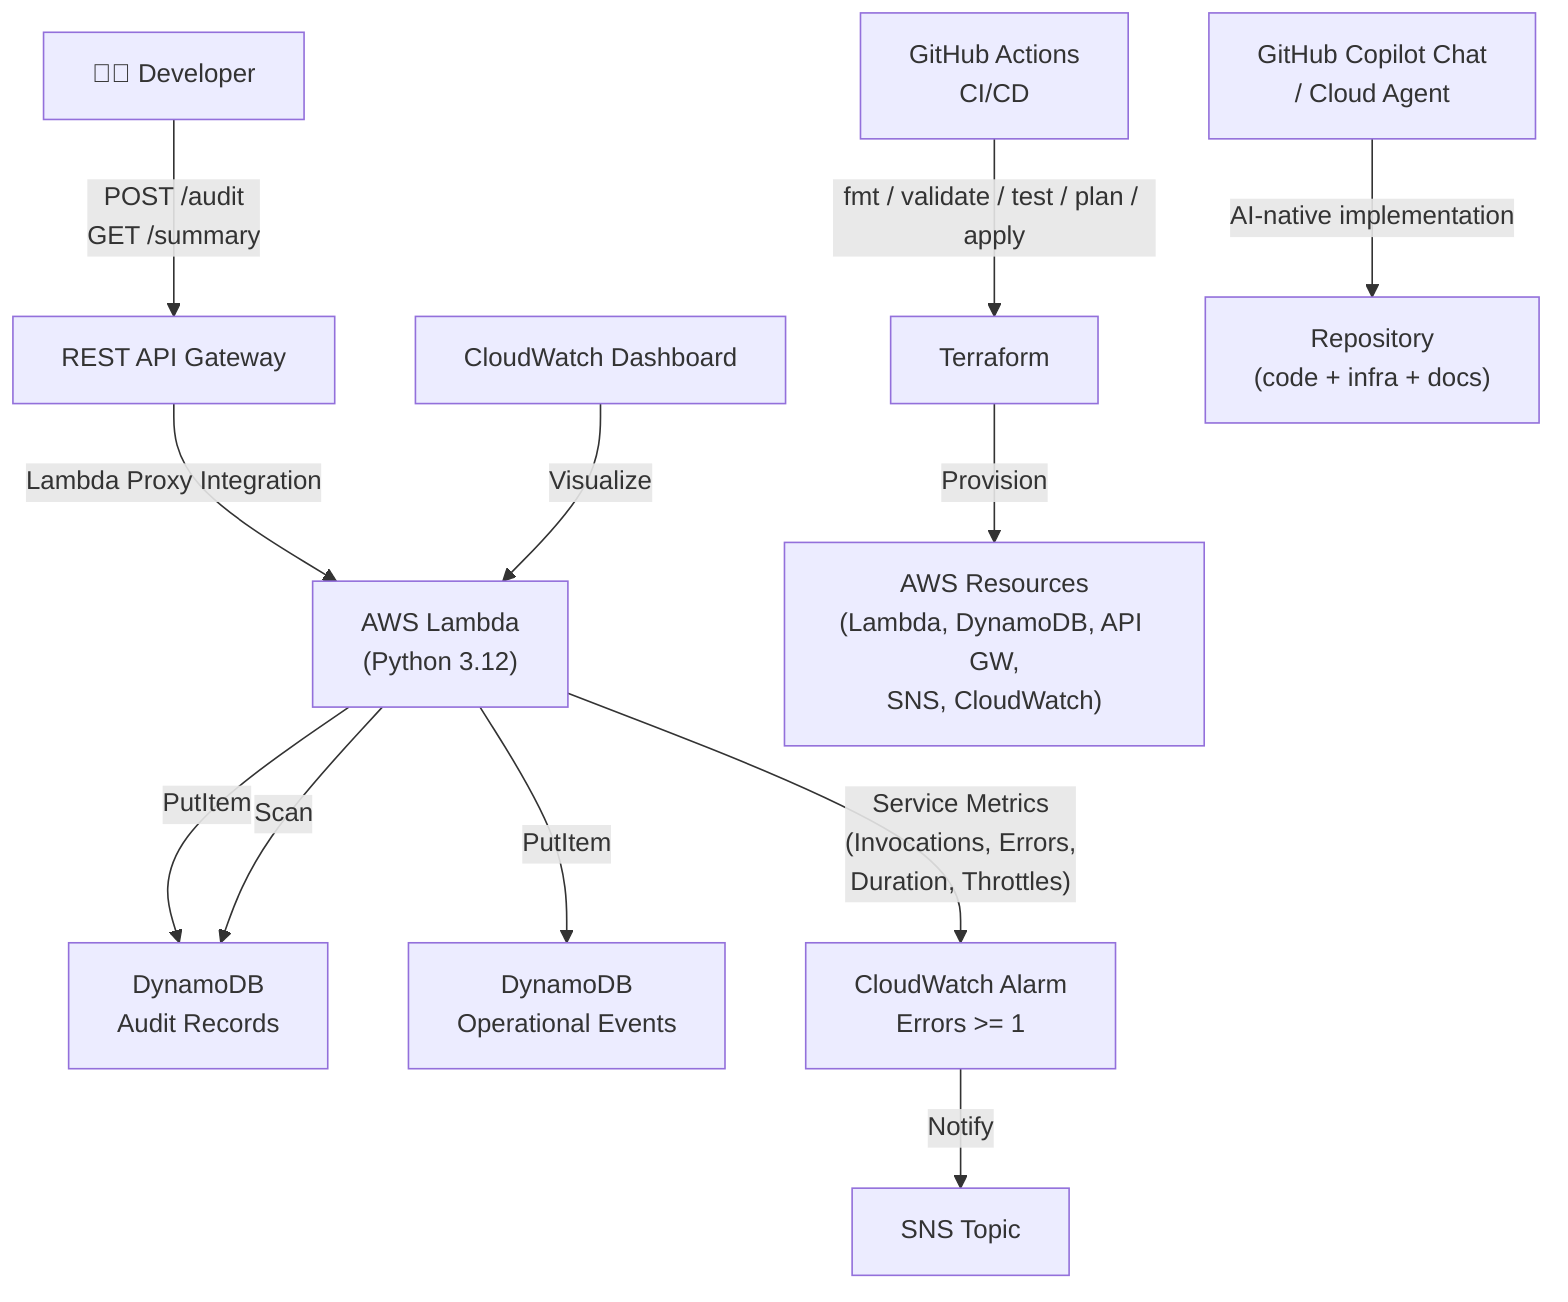
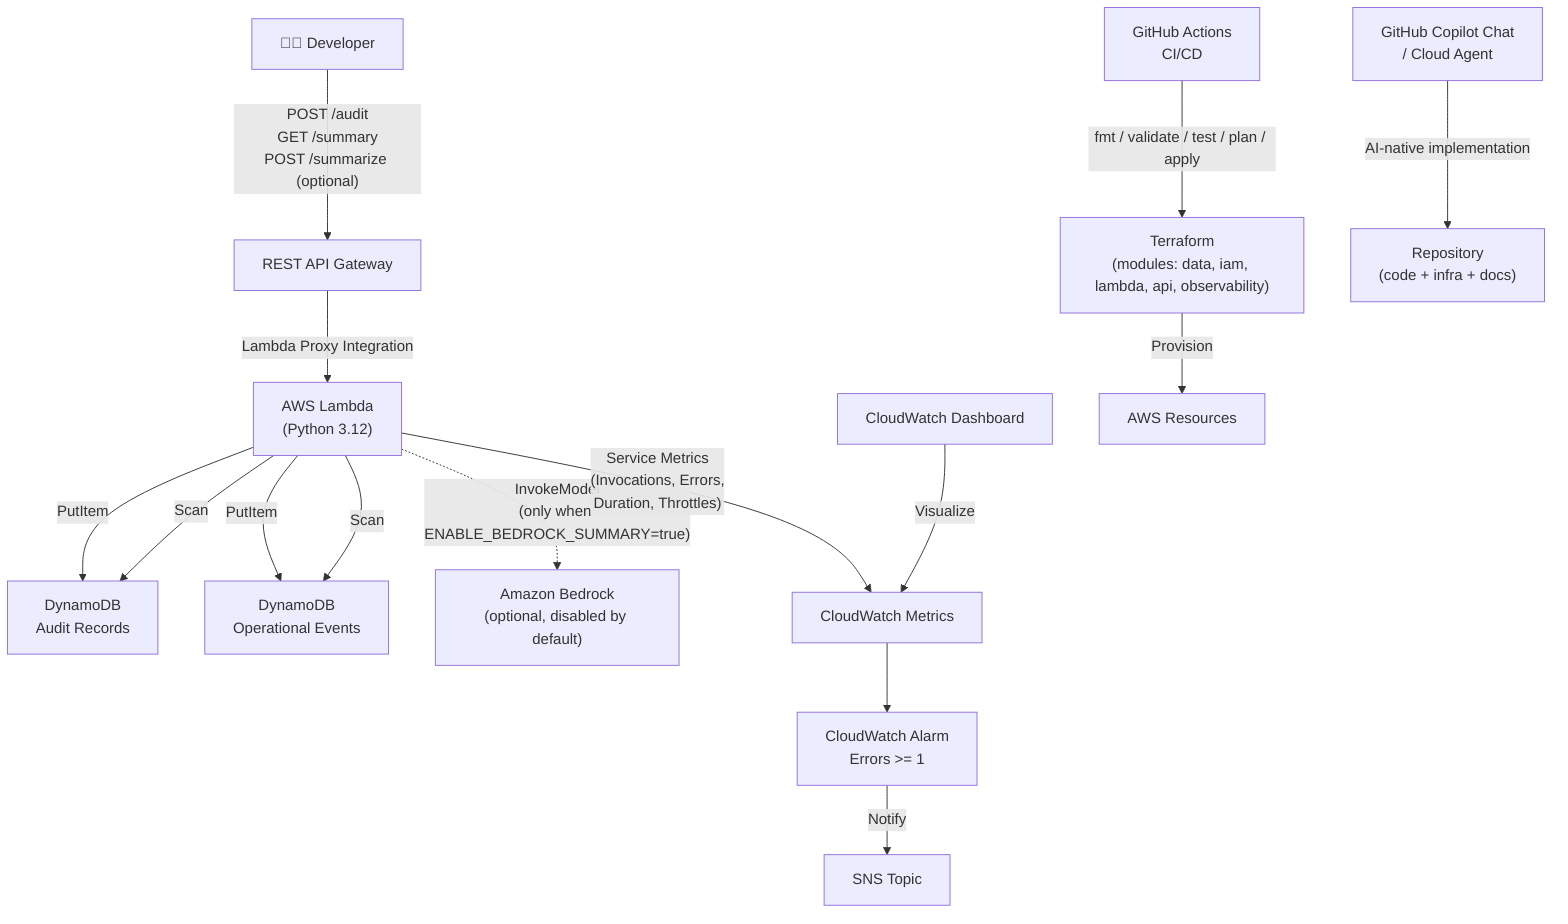
flowchart TD
-     Dev["👩‍💻 Developer"] -->|"POST /audit\nGET /summary"| APIGW["REST API Gateway"]
+     Dev["👩‍💻 Developer"] -->|"POST /audit\nGET /summary\nPOST /summarize (optional)"| APIGW["REST API Gateway"]
    APIGW -->|"Lambda Proxy Integration"| Lambda["AWS Lambda\n(Python 3.12)"]
    Lambda -->|"PutItem"| AuditDB["DynamoDB\nAudit Records"]
    Lambda -->|"PutItem"| EventsDB["DynamoDB\nOperational Events"]
    Lambda -->|"Scan"| AuditDB
-     Lambda -->|"Service Metrics\n(Invocations, Errors,\nDuration, Throttles)"| CWAlarm["CloudWatch Alarm\nErrors >= 1"]
+     Lambda -->|"Scan"| EventsDB
+     Lambda -. "InvokeModel\n(only when ENABLE_BEDROCK_SUMMARY=true)" .-> Bedrock["Amazon Bedrock\n(optional, disabled by default)"]
+     Lambda -->|"Service Metrics\n(Invocations, Errors,\nDuration, Throttles)"| CWMetrics["CloudWatch Metrics"]
+     CWMetrics --> CWAlarm["CloudWatch Alarm\nErrors >= 1"]
    CWAlarm -->|"Notify"| SNS["SNS Topic"]
-     CWDash["CloudWatch Dashboard"] -->|"Visualize"| Lambda
-     GHA["GitHub Actions\nCI/CD"] -->|"fmt / validate / test / plan / apply"| TF["Terraform"]
-     TF -->|"Provision"| AWS["AWS Resources\n(Lambda, DynamoDB, API GW,\nSNS, CloudWatch)"]
+     CWDash["CloudWatch Dashboard"] -->|"Visualize"| CWMetrics
+     GHA["GitHub Actions\nCI/CD"] -->|"fmt / validate / test / plan / apply"| TF["Terraform\n(modules: data, iam, lambda, api, observability)"]
+     TF -->|"Provision"| AWS["AWS Resources"]
    Copilot["GitHub Copilot Chat\n/ Cloud Agent"] -->|"AI-native implementation"| Repo["Repository\n(code + infra + docs)"]
